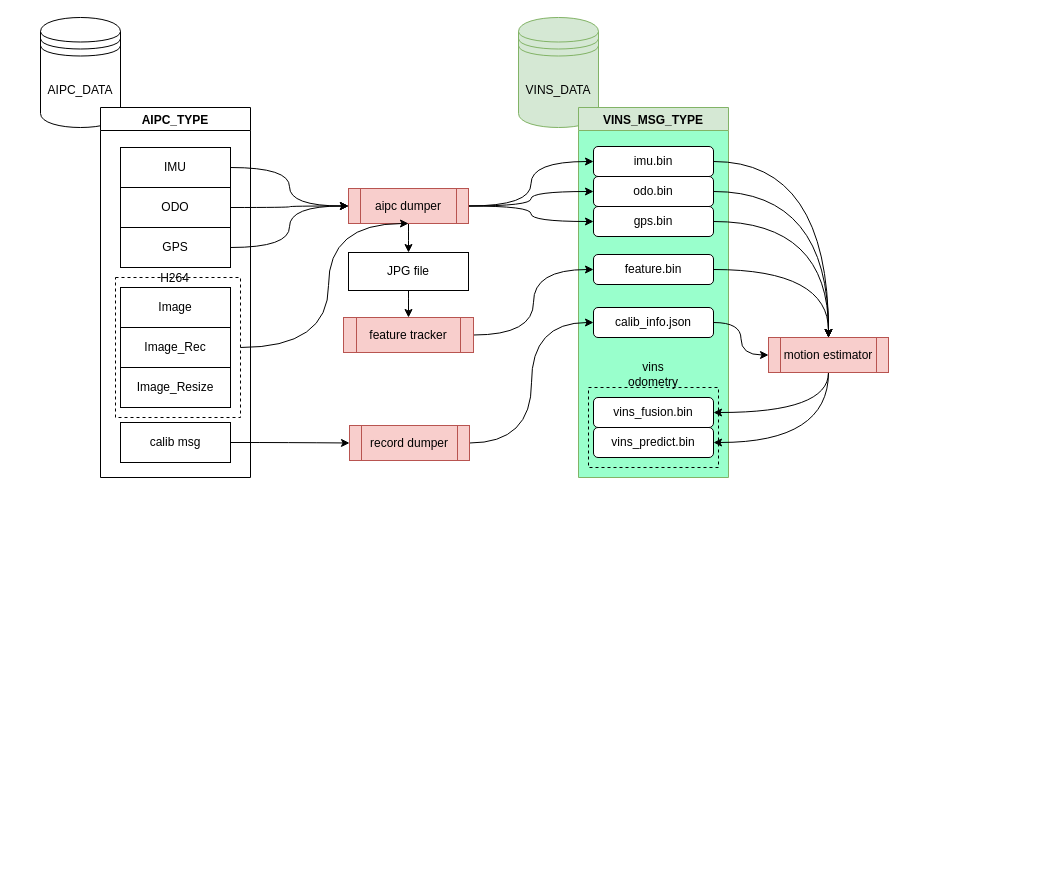
This is Untitled Diagram.drawio from BlackSuns/auto_sign, a draw.io file, before an edit. Source tidied: cells renumbered, new cells numbered last; positions are measured from the earlier drawing's top-left corner, leaving out a move shared by most shapes. Both pictures are drawn from the tidied source at 100%, with x=0, y=0 at pixel (40, 17).
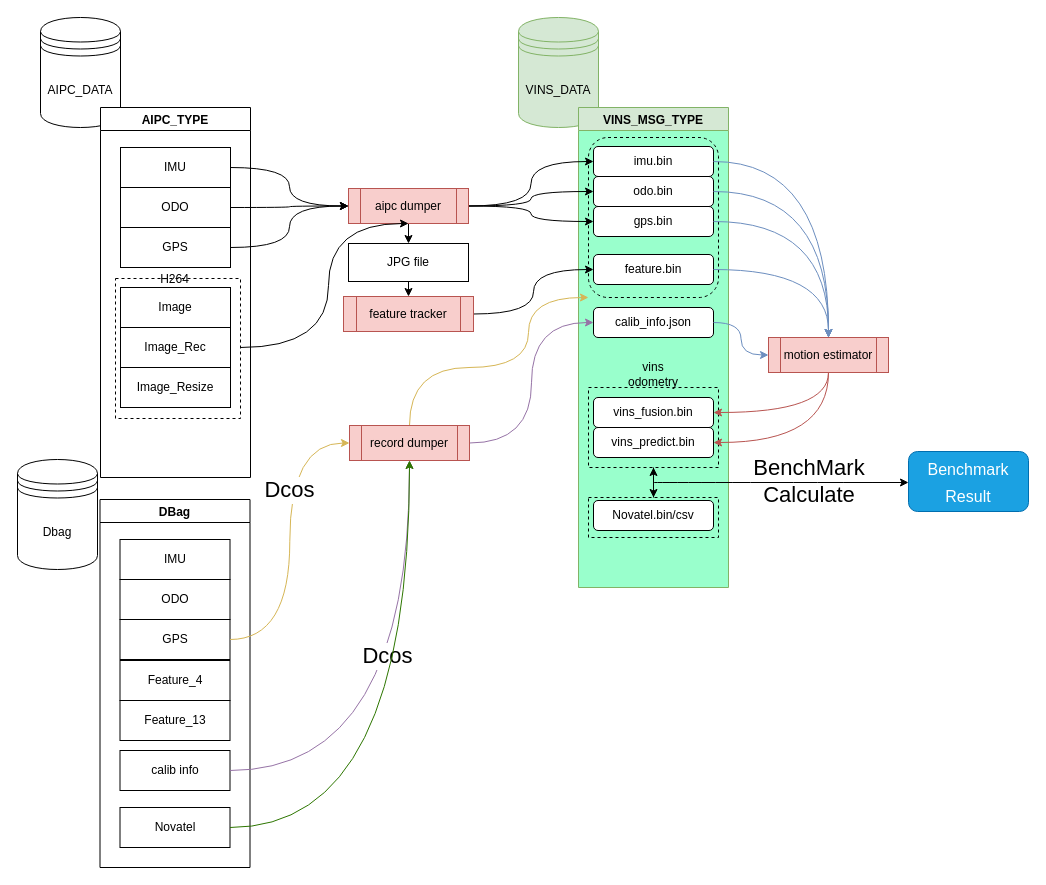
The same page after the edit.

The change refers to these unchanged cells:
```xml
<mxCell id="4" value="AIPC_TYPE" style="swimlane;" parent="1" vertex="1">
  <mxGeometry x="60" y="90" width="150" height="370" as="geometry" />
</mxCell>
<mxCell id="14" value="imu.bin" style="rounded=1;whiteSpace=wrap;html=1;" parent="13" vertex="1">
  <mxGeometry x="15" y="39" width="120" height="30" as="geometry" />
</mxCell>
<mxCell id="15" value="odo.bin" style="rounded=1;whiteSpace=wrap;html=1;" parent="13" vertex="1">
  <mxGeometry x="15" y="69" width="120" height="30" as="geometry" />
</mxCell>
<mxCell id="16" value="gps.bin" style="rounded=1;whiteSpace=wrap;html=1;" parent="13" vertex="1">
  <mxGeometry x="15" y="99" width="120" height="30" as="geometry" />
</mxCell>
<mxCell id="17" value="feature.bin" style="rounded=1;whiteSpace=wrap;html=1;" parent="13" vertex="1">
  <mxGeometry x="15" y="147" width="120" height="30" as="geometry" />
</mxCell>
<mxCell id="18" value="vins_fusion.bin" style="rounded=1;whiteSpace=wrap;html=1;" parent="13" vertex="1">
  <mxGeometry x="15" y="290" width="120" height="30" as="geometry" />
</mxCell>
<mxCell id="19" value="vins_predict.bin" style="rounded=1;whiteSpace=wrap;html=1;" parent="13" vertex="1">
  <mxGeometry x="15" y="320" width="120" height="30" as="geometry" />
</mxCell>
<mxCell id="20" value="calib_info.json" style="rounded=1;whiteSpace=wrap;html=1;" parent="13" vertex="1">
  <mxGeometry x="15" y="200" width="120" height="30" as="geometry" />
</mxCell>
<mxCell id="21" style="rounded=0;whiteSpace=wrap;html=1;fillColor=none;gradientColor=none;dashed=1;" parent="13" vertex="1">
  <mxGeometry x="10" y="280" width="130" height="80" as="geometry" />
</mxCell>
<mxCell id="37" value="record dumper" style="shape=process;whiteSpace=wrap;html=1;backgroundOutline=1;fillColor=#f8cecc;strokeColor=#b85450;" parent="1" vertex="1">
  <mxGeometry x="309" y="408" width="120" height="35" as="geometry" />
</mxCell>
<mxCell id="41" value="motion estimator" style="shape=process;whiteSpace=wrap;html=1;backgroundOutline=1;fillColor=#f8cecc;strokeColor=#b85450;" parent="1" vertex="1">
  <mxGeometry x="728" y="320" width="120" height="35" as="geometry" />
</mxCell>
```

Change to the diagram source:
```diff
@@
-    <mxCell id="11" value="calib msg" style="rounded=0;whiteSpace=wrap;html=1;" parent="4" vertex="1">
-      <mxGeometry x="20" y="315" width="110" height="40" as="geometry" />
-    </mxCell>
     <mxCell id="12" style="rounded=0;whiteSpace=wrap;html=1;gradientColor=none;fillColor=none;dashed=1;" parent="4" vertex="1">
-      <mxGeometry x="15" y="170" width="125" height="140" as="geometry" />
+      <mxGeometry x="15" y="171" width="125" height="140" as="geometry" />
     </mxCell>
     <mxCell id="13" value="VINS_MSG_TYPE" style="swimlane;fillColor=#d5e8d4;strokeColor=#82b366;gradientColor=none;swimlaneFillColor=#99FFCC;" parent="1" vertex="1">
-      <mxGeometry x="538" y="90" width="150" height="370" as="geometry" />
+      <mxGeometry x="538" y="90" width="150" height="480" as="geometry" />
     </mxCell>
@@
+    <mxCell id="48" style="edgeStyle=orthogonalEdgeStyle;curved=1;rounded=0;jettySize=auto;html=1;entryX=0.5;entryY=0;entryDx=0;entryDy=0;fontSize=22;" parent="13" edge="1" source="21" target="52">
+      <mxGeometry relative="1" as="geometry" />
+    </mxCell>
@@
+    <mxCell id="49" style="rounded=1;whiteSpace=wrap;html=1;dashed=1;fontSize=22;fillColor=none;gradientColor=none;" parent="13" vertex="1">
+      <mxGeometry x="10" y="30" width="130" height="160" as="geometry" />
+    </mxCell>
+    <mxCell id="50" value="Novatel.bin/csv" style="rounded=1;whiteSpace=wrap;html=1;" parent="13" vertex="1">
+      <mxGeometry x="15" y="393" width="120" height="30" as="geometry" />
+    </mxCell>
+    <mxCell id="51" style="edgeStyle=orthogonalEdgeStyle;curved=1;rounded=0;jettySize=auto;html=1;entryX=0.5;entryY=1;entryDx=0;entryDy=0;fontSize=22;" parent="13" edge="1" source="52" target="21">
+      <mxGeometry relative="1" as="geometry" />
+    </mxCell>
+    <mxCell id="52" style="rounded=0;whiteSpace=wrap;html=1;fillColor=none;gradientColor=none;dashed=1;" parent="13" vertex="1">
+      <mxGeometry x="10" y="390" width="130" height="40" as="geometry" />
+    </mxCell>
@@
     <mxCell id="32" value="feature tracker" style="shape=process;whiteSpace=wrap;html=1;backgroundOutline=1;fillColor=#f8cecc;strokeColor=#b85450;" parent="1" vertex="1">
-      <mxGeometry x="303" y="300" width="130" height="35" as="geometry" />
+      <mxGeometry x="303" y="279" width="130" height="35" as="geometry" />
     </mxCell>
@@
     <mxCell id="34" value="JPG file" style="rounded=0;whiteSpace=wrap;html=1;fillColor=none;gradientColor=none;" parent="1" vertex="1">
-      <mxGeometry x="308" y="235" width="120" height="38" as="geometry" />
+      <mxGeometry x="308" y="226" width="120" height="38" as="geometry" />
     </mxCell>
@@
-    <mxCell id="36" style="edgeStyle=orthogonalEdgeStyle;curved=1;rounded=0;jettySize=auto;html=1;entryX=0;entryY=0.5;entryDx=0;entryDy=0;" parent="1" edge="1" source="37" target="20">
+    <mxCell id="36" style="edgeStyle=orthogonalEdgeStyle;curved=1;rounded=0;jettySize=auto;html=1;entryX=0;entryY=0.5;entryDx=0;entryDy=0;fillColor=#e1d5e7;strokeColor=#9673a6;" parent="1" edge="1" source="37" target="20">
       <mxGeometry relative="1" as="geometry" />
     </mxCell>
+    <mxCell id="53" style="edgeStyle=orthogonalEdgeStyle;curved=1;rounded=0;jettySize=auto;html=1;entryX=0;entryY=1;entryDx=0;entryDy=0;fontSize=22;fillColor=#fff2cc;strokeColor=#d6b656;" parent="1" edge="1" source="37" target="49">
+      <mxGeometry relative="1" as="geometry">
+        <Array as="points">
+          <mxPoint x="369" y="350" />
+          <mxPoint x="488" y="350" />
+          <mxPoint x="488" y="280" />
+        </Array>
+      </mxGeometry>
+    </mxCell>
@@
-    <mxCell id="38" style="edgeStyle=orthogonalEdgeStyle;curved=1;rounded=0;jettySize=auto;html=1;" parent="1" edge="1" source="11" target="37">
-      <mxGeometry relative="1" as="geometry" />
-    </mxCell>
-    <mxCell id="39" style="edgeStyle=orthogonalEdgeStyle;curved=1;rounded=0;jettySize=auto;html=1;entryX=1;entryY=0.5;entryDx=0;entryDy=0;" parent="1" edge="1" source="41" target="18">
+    <mxCell id="39" style="edgeStyle=orthogonalEdgeStyle;curved=1;rounded=0;jettySize=auto;html=1;entryX=1;entryY=0.5;entryDx=0;entryDy=0;fillColor=#f8cecc;strokeColor=#b85450;" parent="1" edge="1" source="41" target="18">
       <mxGeometry relative="1" as="geometry">
         <Array as="points">
           <mxPoint x="788" y="395" />
         </Array>
       </mxGeometry>
     </mxCell>
-    <mxCell id="40" style="edgeStyle=orthogonalEdgeStyle;curved=1;rounded=0;jettySize=auto;html=1;entryX=1;entryY=0.5;entryDx=0;entryDy=0;" parent="1" edge="1" source="41" target="19">
+    <mxCell id="40" style="edgeStyle=orthogonalEdgeStyle;curved=1;rounded=0;jettySize=auto;html=1;entryX=1;entryY=0.5;entryDx=0;entryDy=0;fillColor=#f8cecc;strokeColor=#b85450;" parent="1" edge="1" source="41" target="19">
       <mxGeometry relative="1" as="geometry">
         <Array as="points">
           <mxPoint x="788" y="425" />
         </Array>
       </mxGeometry>
     </mxCell>
@@
-    <mxCell id="42" style="edgeStyle=orthogonalEdgeStyle;curved=1;rounded=0;jettySize=auto;html=1;entryX=0.5;entryY=0;entryDx=0;entryDy=0;" parent="1" edge="1" source="14" target="41">
+    <mxCell id="42" style="edgeStyle=orthogonalEdgeStyle;curved=1;rounded=0;jettySize=auto;html=1;entryX=0.5;entryY=0;entryDx=0;entryDy=0;fillColor=#dae8fc;strokeColor=#6c8ebf;" parent="1" edge="1" source="14" target="41">
       <mxGeometry relative="1" as="geometry" />
     </mxCell>
-    <mxCell id="43" style="edgeStyle=orthogonalEdgeStyle;curved=1;rounded=0;jettySize=auto;html=1;" parent="1" edge="1" source="15">
+    <mxCell id="43" style="edgeStyle=orthogonalEdgeStyle;curved=1;rounded=0;jettySize=auto;html=1;fillColor=#dae8fc;strokeColor=#6c8ebf;" parent="1" edge="1" source="15">
       <mxGeometry relative="1" as="geometry">
         <mxPoint x="788" y="320" as="targetPoint" />
       </mxGeometry>
     </mxCell>
-    <mxCell id="44" style="edgeStyle=orthogonalEdgeStyle;curved=1;rounded=0;jettySize=auto;html=1;" parent="1" edge="1" source="16">
+    <mxCell id="44" style="edgeStyle=orthogonalEdgeStyle;curved=1;rounded=0;jettySize=auto;html=1;fillColor=#dae8fc;strokeColor=#6c8ebf;" parent="1" edge="1" source="16">
       <mxGeometry relative="1" as="geometry">
         <mxPoint x="788" y="320" as="targetPoint" />
       </mxGeometry>
     </mxCell>
-    <mxCell id="45" style="edgeStyle=orthogonalEdgeStyle;curved=1;rounded=0;jettySize=auto;html=1;" parent="1" edge="1" source="17">
+    <mxCell id="45" style="edgeStyle=orthogonalEdgeStyle;curved=1;rounded=0;jettySize=auto;html=1;fillColor=#dae8fc;strokeColor=#6c8ebf;" parent="1" edge="1" source="17">
       <mxGeometry relative="1" as="geometry">
         <mxPoint x="788" y="320" as="targetPoint" />
       </mxGeometry>
     </mxCell>
-    <mxCell id="46" style="edgeStyle=orthogonalEdgeStyle;curved=1;rounded=0;jettySize=auto;html=1;entryX=0;entryY=0.5;entryDx=0;entryDy=0;" parent="1" edge="1" source="20" target="41">
+    <mxCell id="46" style="edgeStyle=orthogonalEdgeStyle;curved=1;rounded=0;jettySize=auto;html=1;entryX=0;entryY=0.5;entryDx=0;entryDy=0;fillColor=#dae8fc;strokeColor=#6c8ebf;" parent="1" edge="1" source="20" target="41">
       <mxGeometry relative="1" as="geometry" />
     </mxCell>
     <mxCell id="47" value="H264" style="text;html=1;strokeColor=none;fillColor=none;align=center;verticalAlign=middle;whiteSpace=wrap;rounded=0;dashed=1;" parent="1" vertex="1">
-      <mxGeometry x="104" y="246" width="61" height="30" as="geometry" />
+      <mxGeometry x="104" y="247" width="61" height="30" as="geometry" />
     </mxCell>
+    <mxCell id="54" value="Dbag" style="shape=datastore;whiteSpace=wrap;html=1;" parent="1" vertex="1">
+      <mxGeometry x="-23" y="442" width="80" height="110" as="geometry" />
+    </mxCell>
+    <mxCell id="55" value="DBag" style="swimlane;" parent="1" vertex="1">
+      <mxGeometry x="59.5" y="482" width="150" height="368" as="geometry" />
+    </mxCell>
+    <mxCell id="56" value="IMU" style="rounded=0;whiteSpace=wrap;html=1;" parent="55" vertex="1">
+      <mxGeometry x="20" y="40" width="110" height="40" as="geometry" />
+    </mxCell>
+    <mxCell id="57" value="ODO" style="rounded=0;whiteSpace=wrap;html=1;" parent="55" vertex="1">
+      <mxGeometry x="20" y="80" width="110" height="40" as="geometry" />
+    </mxCell>
+    <mxCell id="58" value="GPS" style="rounded=0;whiteSpace=wrap;html=1;" parent="55" vertex="1">
+      <mxGeometry x="20" y="120" width="110" height="40" as="geometry" />
+    </mxCell>
+    <mxCell id="59" value="Feature_4" style="rounded=0;whiteSpace=wrap;html=1;" parent="55" vertex="1">
+      <mxGeometry x="20" y="161" width="110" height="40" as="geometry" />
+    </mxCell>
+    <mxCell id="60" value="Feature_13" style="rounded=0;whiteSpace=wrap;html=1;" parent="55" vertex="1">
+      <mxGeometry x="20" y="201" width="110" height="40" as="geometry" />
+    </mxCell>
+    <mxCell id="61" value="calib info" style="rounded=0;whiteSpace=wrap;html=1;" parent="55" vertex="1">
+      <mxGeometry x="20" y="251" width="110" height="40" as="geometry" />
+    </mxCell>
+    <mxCell id="62" value="Novatel" style="rounded=0;whiteSpace=wrap;html=1;" parent="55" vertex="1">
+      <mxGeometry x="20" y="308" width="110" height="40" as="geometry" />
+    </mxCell>
+    <mxCell id="63" style="edgeStyle=orthogonalEdgeStyle;curved=1;rounded=0;jettySize=auto;html=1;entryX=0.5;entryY=1;entryDx=0;entryDy=0;fillColor=#e1d5e7;strokeColor=#9673a6;" parent="1" edge="1" source="61" target="37">
+      <mxGeometry relative="1" as="geometry" />
+    </mxCell>
+    <mxCell id="64" value="&lt;font style=&quot;font-size: 22px;&quot;&gt;Dcos&lt;/font&gt;" style="edgeLabel;html=1;align=center;verticalAlign=middle;" parent="63" vertex="1">
+      <mxGeometry x="0.06" y="29" relative="1" as="geometry">
+        <mxPoint x="6" y="-35" as="offset" />
+      </mxGeometry>
+    </mxCell>
+    <mxCell id="65" style="edgeStyle=orthogonalEdgeStyle;curved=1;rounded=0;jettySize=auto;html=1;entryX=0;entryY=0.5;entryDx=0;entryDy=0;fontSize=22;fillColor=#fff2cc;strokeColor=#d6b656;" parent="1" edge="1" source="58" target="37">
+      <mxGeometry relative="1" as="geometry" />
+    </mxCell>
+    <mxCell id="66" value="&lt;font style=&quot;font-size: 22px;&quot;&gt;Dcos&lt;/font&gt;" style="edgeLabel;html=1;align=center;verticalAlign=middle;" parent="1" vertex="1">
+      <mxGeometry x="248" y="472" as="geometry" />
+    </mxCell>
+    <mxCell id="67" style="edgeStyle=orthogonalEdgeStyle;curved=1;rounded=0;jettySize=auto;html=1;entryX=0.5;entryY=1;entryDx=0;entryDy=0;fontSize=22;fillColor=#60a917;strokeColor=#2D7600;" parent="1" edge="1" source="62" target="37">
+      <mxGeometry relative="1" as="geometry" />
+    </mxCell>
+    <mxCell id="68" style="endArrow=classic;html=1;rounded=0;fontSize=22;curved=1;" parent="1" edge="1">
+      <mxGeometry relative="1" as="geometry">
+        <mxPoint x="613" y="465" as="sourcePoint" />
+        <mxPoint x="868" y="465" as="targetPoint" />
+      </mxGeometry>
+    </mxCell>
+    <mxCell id="69" value="BenchMark Calculate" style="text;html=1;strokeColor=none;fillColor=none;align=center;verticalAlign=middle;whiteSpace=wrap;rounded=0;dashed=1;fontSize=22;" parent="1" vertex="1">
+      <mxGeometry x="739" y="449" width="60" height="30" as="geometry" />
+    </mxCell>
+    <mxCell id="70" value="&lt;font style=&quot;font-size: 16px;&quot;&gt;Benchmark Result&lt;/font&gt;" style="rounded=1;whiteSpace=wrap;html=1;fontSize=22;fillColor=#1ba1e2;fontColor=#ffffff;strokeColor=#006EAF;" parent="1" vertex="1">
+      <mxGeometry x="868" y="434" width="120" height="60" as="geometry" />
+    </mxCell>
```
